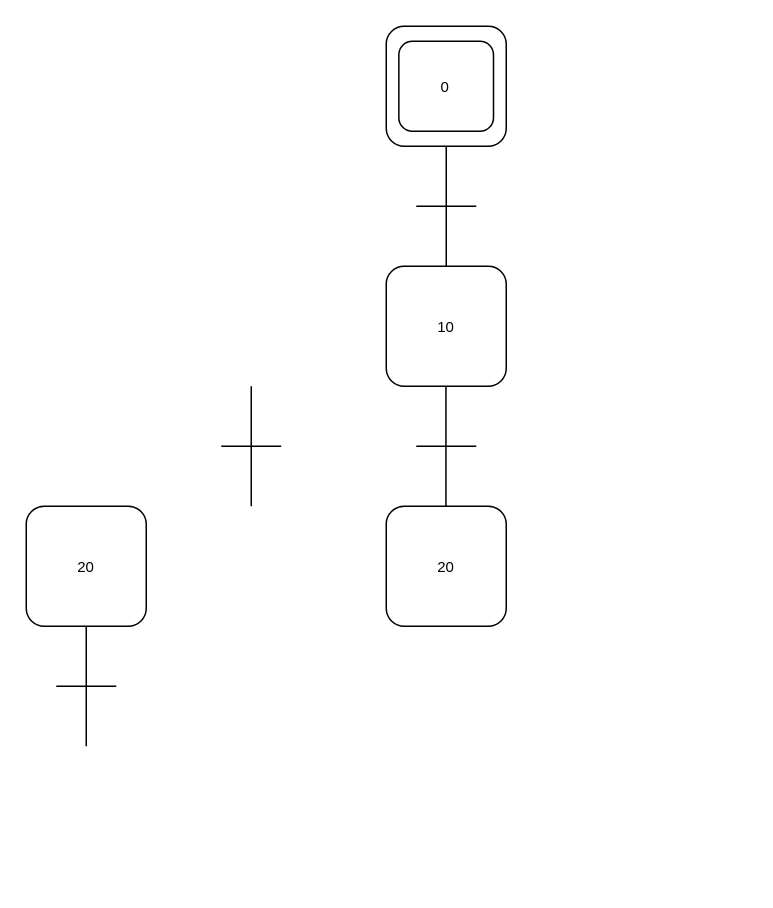
This is Unavngivet diagram.drawio from p0l3h/p0l3h, a draw.io file, before an edit. Source tidied: cells renumbered, new cells numbered last; positions are measured from the earlier drawing's top-left corner, leaving out a move shared by most shapes. Both pictures are drawn from the tidied source at 150%, with x=0, y=0 at pixel (26, 26).
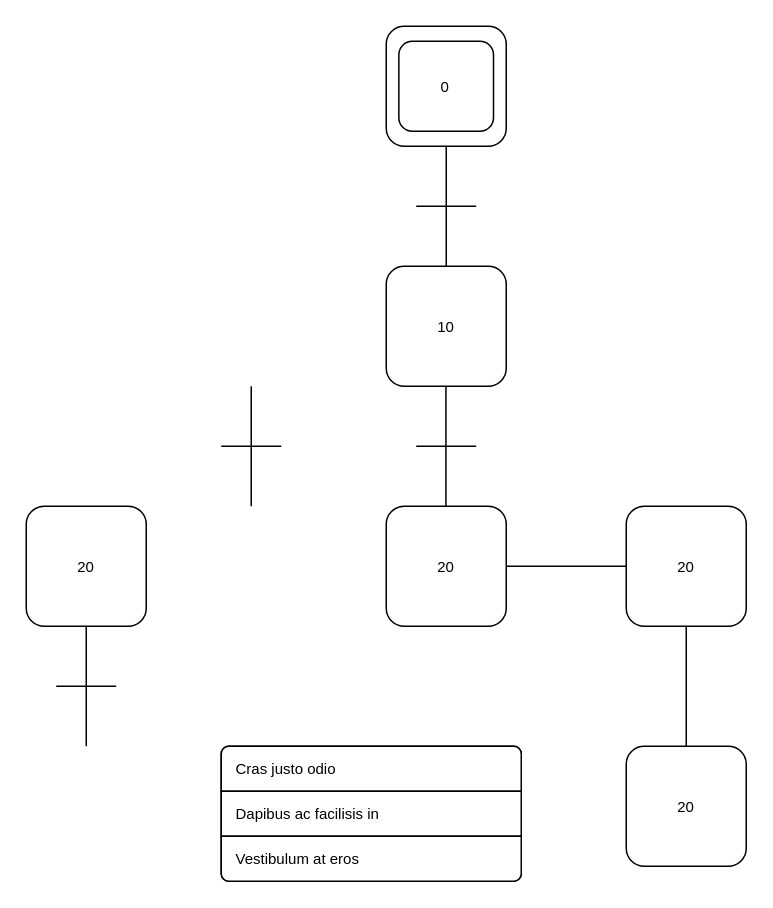
After the change.

The change refers to these unchanged cells:
```xml
<mxCell id="6" value="&lt;font style=&quot;font-size: 10px;&quot;&gt;20&lt;/font&gt;" style="rounded=1;whiteSpace=wrap;html=1;fontSize=4;strokeWidth=1;" parent="1" vertex="1">
  <mxGeometry x="240" y="320" width="80" height="80" as="geometry" />
</mxCell>
```

Change to the diagram source:
```diff
@@
+    <mxCell id="15" style="edgeStyle=orthogonalEdgeStyle;rounded=0;jettySize=auto;html=1;strokeWidth=1;fontSize=10;startArrow=none;startFill=0;endArrow=none;endFill=0;" parent="1" edge="1" source="6" target="17">
+      <mxGeometry relative="1" as="geometry" />
+    </mxCell>
@@
+    <mxCell id="16" style="edgeStyle=orthogonalEdgeStyle;rounded=0;jettySize=auto;html=1;strokeWidth=1;fontSize=10;startArrow=none;startFill=0;endArrow=none;endFill=0;" parent="1" edge="1" source="17" target="18">
+      <mxGeometry relative="1" as="geometry" />
+    </mxCell>
+    <mxCell id="17" value="&lt;font style=&quot;font-size: 10px;&quot;&gt;20&lt;/font&gt;" style="rounded=1;whiteSpace=wrap;html=1;fontSize=4;strokeWidth=1;" parent="1" vertex="1">
+      <mxGeometry x="400" y="320" width="80" height="80" as="geometry" />
+    </mxCell>
+    <mxCell id="18" value="&lt;font style=&quot;font-size: 10px;&quot;&gt;20&lt;/font&gt;" style="rounded=1;whiteSpace=wrap;html=1;fontSize=4;strokeWidth=1;" parent="1" vertex="1">
+      <mxGeometry x="400" y="480" width="80" height="80" as="geometry" />
+    </mxCell>
+    <mxCell id="19" style="html=1;shadow=0;dashed=0;shape=mxgraph.bootstrap.rrect;rSize=5;strokeColor=#000000;html=1;whiteSpace=wrap;fillColor=#FFFFFF;fontColor=#000000;strokeWidth=1;fontSize=10;" parent="1" vertex="1">
+      <mxGeometry x="130" y="480" width="200" height="90" as="geometry" />
+    </mxCell>
+    <mxCell id="20" value="Cras justo odio" style="strokeColor=inherit;fillColor=inherit;gradientColor=inherit;fontColor=inherit;html=1;shadow=0;dashed=0;shape=mxgraph.bootstrap.topButton;rSize=5;perimeter=none;whiteSpace=wrap;align=left;spacing=10;strokeWidth=1;fontSize=10;" parent="19" vertex="1">
+      <mxGeometry width="200" height="30" relative="1" as="geometry" />
+    </mxCell>
+    <mxCell id="21" value="Dapibus ac facilisis in" style="strokeColor=inherit;fillColor=inherit;gradientColor=inherit;fontColor=inherit;html=1;shadow=0;dashed=0;perimeter=none;whiteSpace=wrap;align=left;spacing=10;strokeWidth=1;fontSize=10;" parent="19" vertex="1">
+      <mxGeometry width="200" height="30" relative="1" as="geometry">
+        <mxPoint y="30" as="offset" />
+      </mxGeometry>
+    </mxCell>
+    <mxCell id="22" value="Vestibulum at eros" style="strokeColor=inherit;fillColor=inherit;gradientColor=inherit;fontColor=inherit;html=1;shadow=0;dashed=0;shape=mxgraph.bootstrap.bottomButton;rSize=5;perimeter=none;whiteSpace=wrap;align=left;spacing=10;strokeWidth=1;fontSize=10;" parent="19" vertex="1">
+      <mxGeometry y="1" width="200" height="30" relative="1" as="geometry">
+        <mxPoint y="-30" as="offset" />
+      </mxGeometry>
+    </mxCell>
```
